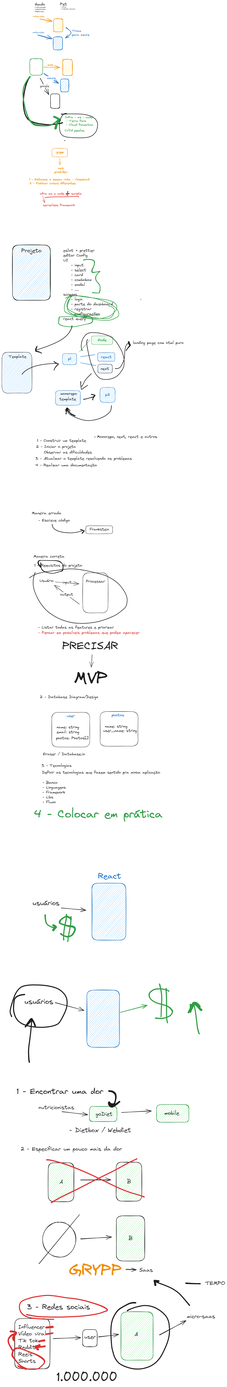
The Excalidraw diagram excalidraw.png in vitorrsousaa/points, before a commit. Source tidied: one line per element, renumbered; positions are measured from the earlier drawing's top-left corner, leaving out a move shared by most shapes.
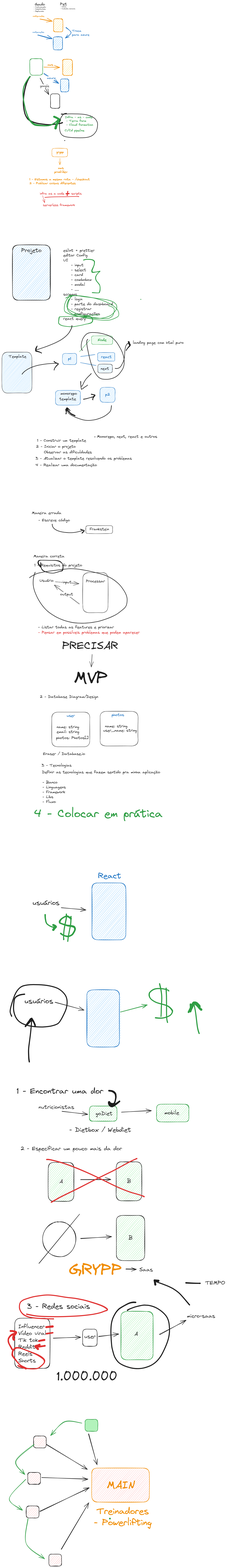
After the change.

What changed in the source:
```diff
@@ -168,7 +168,7 @@
 {"id": 167, "type": "ellipse", "strokeColor": "#1e1e1e", "strokeWidth": 2, "roughness": 1, "round": true, "x": 209, "y": 6259, "width": 171, "height": 180}
 {"id": 168, "type": "line", "strokeColor": "#1e1e1e", "backgroundColor": "#b2f2bb", "fillStyle": "hachure", "strokeWidth": 2, "roughness": 1, "round": true, "x": 190, "y": 6473, "width": 209, "height": 252, "points": [[0, 0], [209, -252]]}
 {"id": 169, "type": "text", "text": "GRYPP", "strokeColor": "#f08c00", "angle": 0.0, "strokeWidth": 2, "roughness": 1, "fontSize": 81.97, "fontFamily": 1, "x": 345, "y": 6458, "width": 271, "height": 102}
-{"id": 170, "type": "text", "text": "3 - Redes sociais", "strokeColor": "#1e1e1e", "strokeWidth": 2, "roughness": 1, "fontSize": 37.09, "fontFamily": 1, "x": 129, "y": 6673, "width": 324, "height": 46}
+{"id": 170, "type": "text", "text": "3 - Redes sociais", "strokeColor": "#1e1e1e", "strokeWidth": 2, "roughness": 1, "fontSize": 37.09, "fontFamily": 1, "x": 129, "y": 6673, "width": 323, "height": 46}
 {"id": 171, "type": "rectangle", "strokeColor": "#2f9e44", "backgroundColor": "#b2f2bb", "fillStyle": "hachure", "strokeWidth": 2, "roughness": 1, "round": true, "x": 611, "y": 6720, "width": 166, "height": 248}
 {"id": 172, "type": "text", "text": "A", "strokeColor": "#1e1e1e", "backgroundColor": "#b2f2bb", "fillStyle": "hachure", "strokeWidth": 2, "roughness": 1, "fontSize": 28, "fontFamily": 1, "x": 681, "y": 6819, "width": 18, "height": 35}
 {"id": 173, "type": "rectangle", "strokeColor": "#1e1e1e", "strokeWidth": 2, "roughness": 1, "round": true, "x": 66, "y": 6754, "width": 181, "height": 257}
@@ -196,3 +196,21 @@
 {"id": 195, "type": "freedraw", "strokeColor": "#e03131", "strokeWidth": 2, "roughness": 1, "x": 82, "y": 6997, "width": 168, "height": 109, "points": [[0, 0], [9, 6], [42, 15], [76, 17], [96, 16], [112, 11], [131, -8], [138, -19], [137, -29], [128, -38], [118, -45], [105, -53], [88, -61], [66, -70], [44, -78], [23, -86], [9, -91], [-4, -92], [-13, -91], [-23, -82], [-30, -70], [-30, -56], [-27, -46], [-15, -32], [-3, -17], [12, -2], [18, 2], [24, 6], [32, 10], [40, 14], [42, 15]]}
 {"id": 196, "type": "freedraw", "strokeColor": "#e03131", "strokeWidth": 2, "roughness": 1, "x": 52, "y": 6914, "width": 32, "height": 80, "points": [[0, 0], [-4, -6], [-13, -22], [-15, -26], [-18, -31], [-20, -38], [-21, -43], [-21, -53], [-19, -59], [-16, -62], [-11, -68], [-7, -72], [-4, -74], [-1, -76], [4, -78], [8, -79], [11, -80], [11, -80]]}
 {"id": 197, "type": "freedraw", "strokeColor": "#e03131", "strokeWidth": 2, "roughness": 1, "x": 45, "y": 6820, "width": 30, "height": 44, "points": [[0, 0], [2, 0], [8, 0], [13, 0], [15, 0], [17, 0], [25, 4], [28, 5], [29, 5], [30, 6], [29, 9], [26, 12], [23, 16], [19, 20], [16, 25], [15, 28], [14, 30], [14, 31], [14, 32], [14, 34], [14, 35], [14, 37], [15, 41], [16, 43], [17, 43], [17, 44], [17, 44]]}
+{"id": 198, "type": "rectangle", "strokeColor": "#f08c00", "backgroundColor": "#ffc9c9", "fillStyle": "hachure", "strokeWidth": 2, "roughness": 1, "round": true, "x": 461, "y": 7523, "width": 296, "height": 175}
+{"id": 199, "type": "text", "text": "MAIN", "strokeColor": "#f08c00", "backgroundColor": "#ffc9c9", "fillStyle": "hachure", "strokeWidth": 2, "roughness": 1, "fontSize": 55.76, "fontFamily": 1, "x": 539, "y": 7578, "width": 146, "height": 70}
+{"id": 200, "type": "rectangle", "strokeColor": "#1e1e1e", "backgroundColor": "#ffc9c9", "fillStyle": "hachure", "strokeWidth": 2, "roughness": 1, "round": true, "x": 162, "y": 7358, "width": 66, "height": 62}
+{"id": 201, "type": "rectangle", "strokeColor": "#1e1e1e", "backgroundColor": "#ffc9c9", "fillStyle": "hachure", "strokeWidth": 2, "roughness": 1, "round": true, "x": 132, "y": 7545, "width": 66, "height": 62}
+{"id": 202, "type": "rectangle", "strokeColor": "#1e1e1e", "backgroundColor": "#ffc9c9", "fillStyle": "hachure", "strokeWidth": 2, "roughness": 1, "round": true, "x": 125, "y": 7718, "width": 66, "height": 62}
+{"id": 203, "type": "rectangle", "strokeColor": "#2f9e44", "backgroundColor": "#b2f2bb", "fillStyle": "solid", "strokeWidth": 2, "roughness": 1, "round": true, "x": 427, "y": 7273, "width": 66, "height": 62}
+{"id": 204, "type": "rectangle", "strokeColor": "#1e1e1e", "backgroundColor": "#ffc9c9", "fillStyle": "hachure", "strokeWidth": 2, "roughness": 1, "round": true, "x": 241, "y": 7965, "width": 66, "height": 62}
+{"id": 205, "type": "arrow", "strokeColor": "#1e1e1e", "backgroundColor": "#ffc9c9", "fillStyle": "hachure", "strokeWidth": 2, "roughness": 1, "endArrowhead": "arrow", "round": true, "to": 198, "x": 305, "y": 7941, "width": 142, "height": 240, "points": [[0, 0], [142, -240]]}
+{"id": 206, "type": "arrow", "strokeColor": "#1e1e1e", "backgroundColor": "#ffc9c9", "fillStyle": "hachure", "strokeWidth": 2, "roughness": 1, "endArrowhead": "arrow", "round": true, "from": 202, "to": 198, "x": 195, "y": 7745, "width": 253, "height": 120, "points": [[0, 0], [253, -120]]}
+{"id": 207, "type": "arrow", "strokeColor": "#1e1e1e", "backgroundColor": "#ffc9c9", "fillStyle": "hachure", "strokeWidth": 2, "roughness": 1, "endArrowhead": "arrow", "round": true, "from": 201, "to": 198, "x": 204, "y": 7572, "width": 238, "height": 7, "points": [[0, 0], [238, 7]]}
+{"id": 208, "type": "arrow", "strokeColor": "#1e1e1e", "backgroundColor": "#ffc9c9", "fillStyle": "hachure", "strokeWidth": 2, "roughness": 1, "endArrowhead": "arrow", "round": true, "from": 200, "to": 198, "x": 229, "y": 7403, "width": 210, "height": 128, "points": [[0, 0], [210, 128]]}
+{"id": 209, "type": "arrow", "strokeColor": "#1e1e1e", "backgroundColor": "#ffc9c9", "fillStyle": "hachure", "strokeWidth": 2, "roughness": 1, "endArrowhead": "arrow", "round": true, "from": 203, "to": 198, "x": 445, "y": 7348, "width": 45, "height": 159, "points": [[0, 0], [45, 159]]}
+{"id": 210, "type": "arrow", "strokeColor": "#2f9e44", "backgroundColor": "#b2f2bb", "fillStyle": "solid", "strokeWidth": 2, "roughness": 1, "endArrowhead": "arrow", "round": true, "from": 203, "x": 411, "y": 7293, "width": 161, "height": 70, "points": [[0, 0], [-88, -7], [-161, 63]]}
+{"id": 211, "type": "arrow", "strokeColor": "#2f9e44", "backgroundColor": "#b2f2bb", "fillStyle": "solid", "strokeWidth": 2, "roughness": 1, "endArrowhead": "arrow", "round": true, "to": 201, "x": 165, "y": 7402, "width": 94, "height": 155, "points": [[0, 0], [-94, 86], [-49, 155]]}
+{"id": 212, "type": "arrow", "strokeColor": "#2f9e44", "backgroundColor": "#b2f2bb", "fillStyle": "solid", "strokeWidth": 2, "roughness": 1, "endArrowhead": "arrow", "round": true, "from": 201, "x": 122, "y": 7581, "width": 84, "height": 159, "points": [[0, 0], [-84, 99], [-18, 159]]}
+{"id": 213, "type": "freedraw", "strokeColor": "#2f9e44", "backgroundColor": "#b2f2bb", "fillStyle": "solid", "strokeWidth": 2, "roughness": 1, "x": 555, "y": 7782, "width": 0, "height": 0, "points": [[0, 0], [0, 0]]}
+{"id": 214, "type": "text", "text": "Treinadores\n- Powerlifting", "strokeColor": "#f08c00", "backgroundColor": "#b2f2bb", "fillStyle": "solid", "strokeWidth": 2, "roughness": 1, "fontSize": 46.15, "fontFamily": 1, "textAlign": "center", "x": 473, "y": 7718, "width": 297, "height": 115}
+{"id": 215, "type": "arrow", "strokeColor": "#2f9e44", "backgroundColor": "#b2f2bb", "fillStyle": "solid", "strokeWidth": 2, "roughness": 1, "endArrowhead": "arrow", "round": true, "from": 202, "x": 135, "y": 7783, "width": 94, "height": 207, "points": [[0, 0], [-10, 128], [85, 207]]}
```
